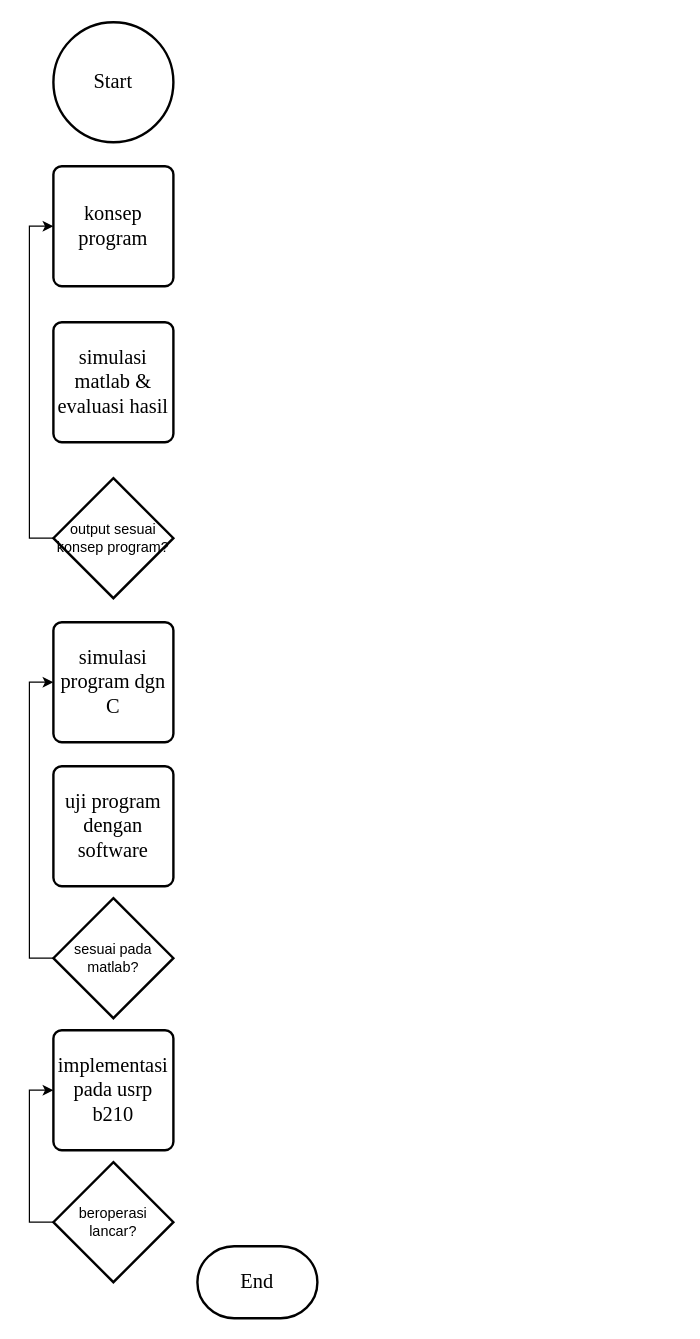
troders34/research keeps this draw.io diagram as page "datacollect" (9 of 9) of mod.drawio. Above is the earlier version. Source tidied: cells renumbered, new cells numbered last; positions are measured from the earlier drawing's top-left corner, leaving out a move shared by most shapes. Both pictures are drawn from the tidied source at 120%, with x=0, y=0 at pixel (53, 22).
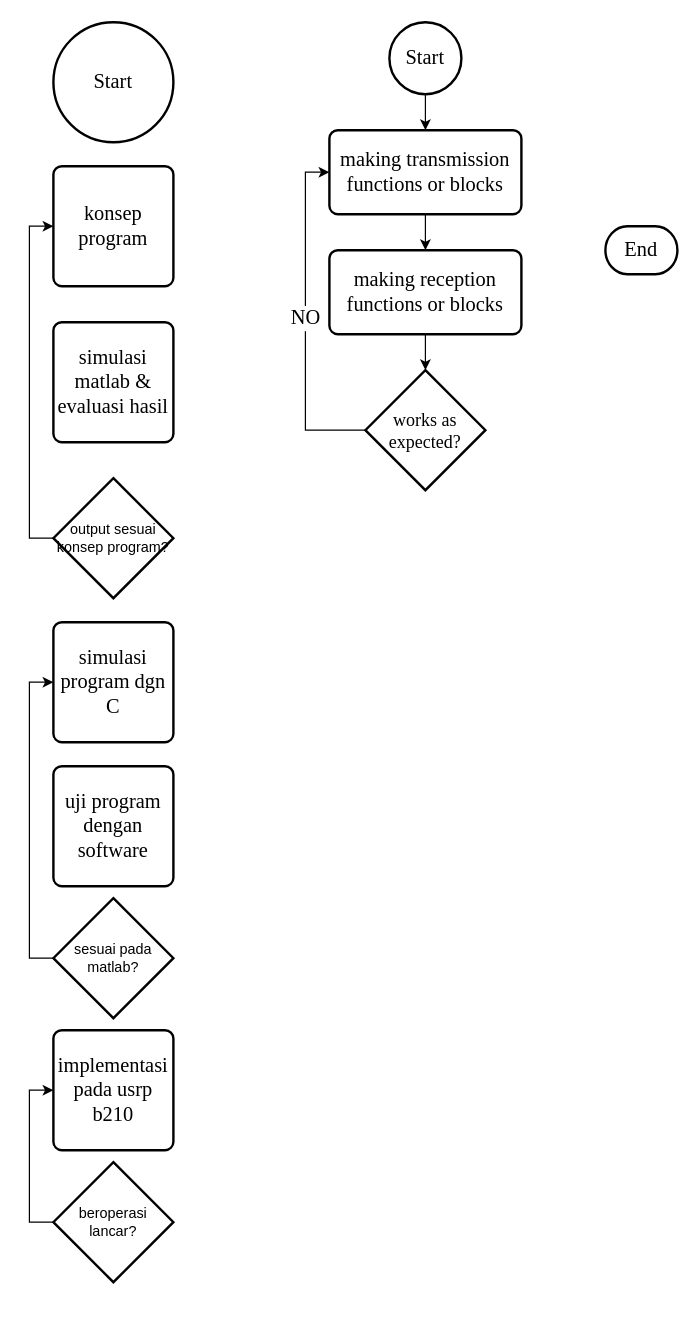
The same page after the edit.

Change to the diagram source:
```diff
@@
     <mxCell id="14" value="End" style="strokeWidth=2;html=1;shape=mxgraph.flowchart.terminator;whiteSpace=wrap;fontFamily=Times New Roman;fontSize=17;" parent="1" vertex="1">
-      <mxGeometry x="120" y="1020" width="100" height="60" as="geometry" />
+      <mxGeometry x="460" y="170" width="60" height="40" as="geometry" />
     </mxCell>
+    <mxCell id="15" style="edgeStyle=orthogonalEdgeStyle;rounded=0;jettySize=auto;html=1;exitX=0.5;exitY=1;exitDx=0;exitDy=0;exitPerimeter=0;entryX=0.5;entryY=0;entryDx=0;entryDy=0;" parent="1" edge="1" source="16" target="18">
+      <mxGeometry relative="1" as="geometry" />
+    </mxCell>
+    <mxCell id="16" value="Start" style="strokeWidth=2;html=1;shape=mxgraph.flowchart.start_2;whiteSpace=wrap;fontFamily=Times New Roman;fontSize=17;" parent="1" vertex="1">
+      <mxGeometry x="280" width="60" height="60" as="geometry" />
+    </mxCell>
+    <mxCell id="17" style="edgeStyle=orthogonalEdgeStyle;rounded=0;jettySize=auto;html=1;exitX=0.5;exitY=1;exitDx=0;exitDy=0;entryX=0.5;entryY=0;entryDx=0;entryDy=0;" parent="1" edge="1" source="18" target="19">
+      <mxGeometry relative="1" as="geometry" />
+    </mxCell>
+    <mxCell id="18" value="making transmission functions or blocks" style="rounded=1;whiteSpace=wrap;html=1;absoluteArcSize=1;arcSize=14;strokeWidth=2;fontFamily=Times New Roman;fontSize=17;" parent="1" vertex="1">
+      <mxGeometry x="230" y="90" width="160" height="70" as="geometry" />
+    </mxCell>
+    <mxCell id="19" value="making reception functions or blocks" style="rounded=1;whiteSpace=wrap;html=1;absoluteArcSize=1;arcSize=14;strokeWidth=2;fontFamily=Times New Roman;fontSize=17;" parent="1" vertex="1">
+      <mxGeometry x="230" y="190" width="160" height="70" as="geometry" />
+    </mxCell>
+    <mxCell id="20" value="NO" style="edgeStyle=orthogonalEdgeStyle;rounded=0;jettySize=auto;html=1;exitX=0;exitY=0.5;exitDx=0;exitDy=0;exitPerimeter=0;entryX=0;entryY=0.5;entryDx=0;entryDy=0;fontFamily=Times New Roman;fontSize=17;" parent="1" edge="1" source="21" target="18">
+      <mxGeometry relative="1" as="geometry" />
+    </mxCell>
+    <mxCell id="21" value="works as expected?" style="strokeWidth=2;html=1;shape=mxgraph.flowchart.decision;whiteSpace=wrap;fontFamily=Times New Roman;fontSize=15;" parent="1" vertex="1">
+      <mxGeometry x="260" y="290" width="100" height="100" as="geometry" />
+    </mxCell>
+    <mxCell id="22" style="edgeStyle=orthogonalEdgeStyle;rounded=0;jettySize=auto;html=1;exitX=0.5;exitY=1;exitDx=0;exitDy=0;entryX=0.5;entryY=0;entryDx=0;entryDy=0;entryPerimeter=0;" parent="1" edge="1" source="19" target="21">
+      <mxGeometry relative="1" as="geometry" />
+    </mxCell>
```
